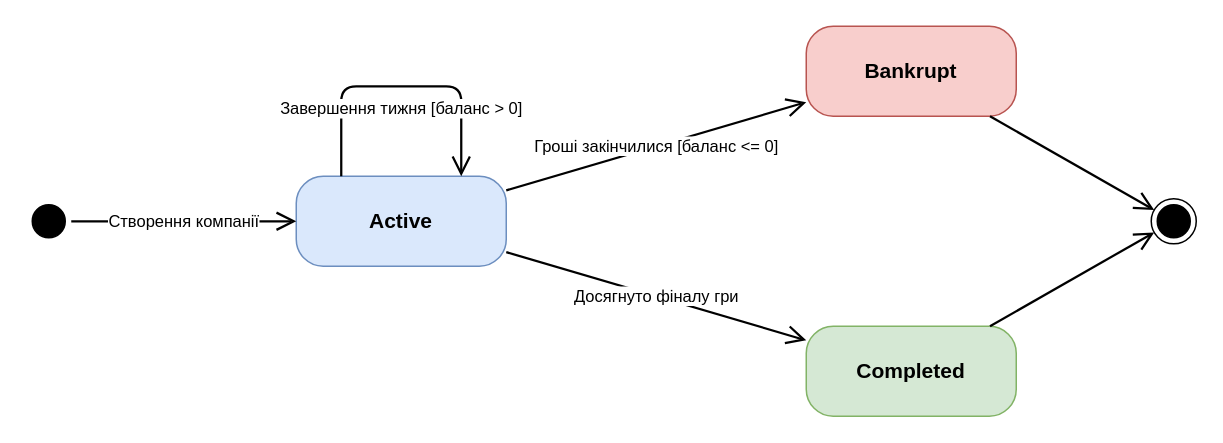
Earlier version of the draw.io diagram page "State Machine" (3 of 3) of docs/model/startup-sim.drawio.xml (yehor-kostiuk/sim). Source tidied: cells renumbered, new cells numbered last; positions are measured from the earlier drawing's top-left corner, leaving out a move shared by most shapes. Both pictures are drawn from the tidied source at 150%, with x=0, y=0 at pixel (26, 26).
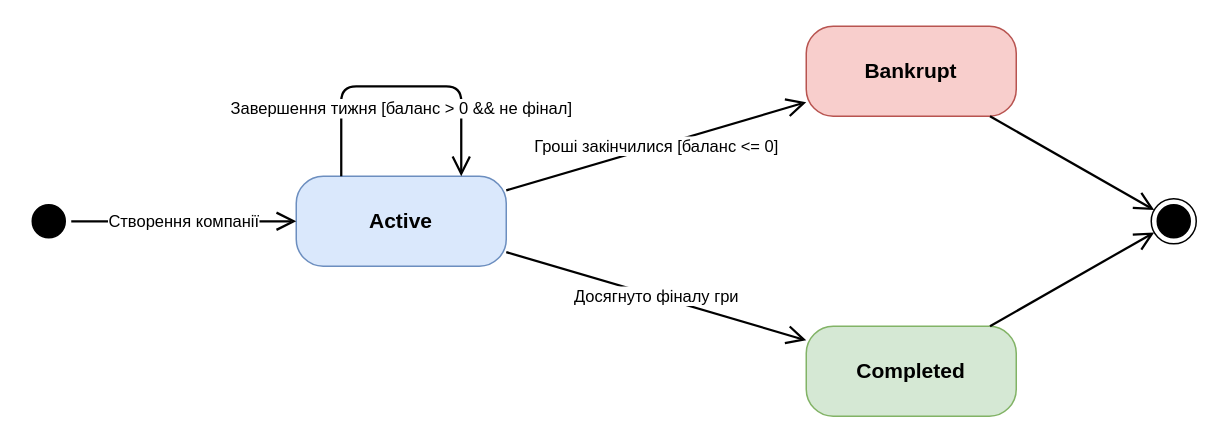
After the change.

Change to the diagram source:
```diff
@@
 <mxGraphModel>
   <root>
     <mxCell id="0" />
     <mxCell id="1" parent="0" />
     <mxCell id="2" style="ellipse;html=1;shape=startState;fillColor=#000000;strokeColor=#000000;" parent="1" vertex="1">
       <mxGeometry y="115" width="30" height="30" as="geometry" />
     </mxCell>
     <mxCell id="3" value="Active" style="rounded=1;whiteSpace=wrap;html=1;arcSize=30;fillColor=#dae8fc;strokeColor=#6c8ebf;fontStyle=1;fontSize=14;" parent="1" vertex="1">
       <mxGeometry x="180" y="100" width="140" height="60" as="geometry" />
     </mxCell>
     <mxCell id="4" value="Bankrupt" style="rounded=1;whiteSpace=wrap;html=1;arcSize=30;fillColor=#f8cecc;strokeColor=#b85450;fontStyle=1;fontSize=14;" parent="1" vertex="1">
       <mxGeometry x="520" width="140" height="60" as="geometry" />
     </mxCell>
     <mxCell id="5" value="Completed" style="rounded=1;whiteSpace=wrap;html=1;arcSize=30;fillColor=#d5e8d4;strokeColor=#82b366;fontStyle=1;fontSize=14;" parent="1" vertex="1">
       <mxGeometry x="520" y="200" width="140" height="60" as="geometry" />
     </mxCell>
     <mxCell id="6" style="ellipse;html=1;shape=endState;fillColor=#000000;strokeColor=#000000;" parent="1" vertex="1">
       <mxGeometry x="750" y="115" width="30" height="30" as="geometry" />
     </mxCell>
     <mxCell id="7" value="Створення компанії" style="endArrow=open;endFill=0;endSize=10;html=1;strokeWidth=1.5;" parent="1" edge="1" source="2" target="3">
       <mxGeometry relative="1" as="geometry" />
     </mxCell>
-    <mxCell id="8" value="Завершення тижня [баланс &gt; 0]" style="endArrow=open;endFill=0;endSize=10;html=1;strokeWidth=1.5;edgeStyle=orthogonalEdgeStyle;rounded=1;" parent="1" edge="1" source="3" target="3">
+    <mxCell id="8" value="Завершення тижня [баланс &gt; 0 &amp;&amp; не фінал]" style="endArrow=open;endFill=0;endSize=10;html=1;strokeWidth=1.5;edgeStyle=orthogonalEdgeStyle;rounded=1;" parent="1" edge="1" source="3" target="3">
       <mxGeometry y="-15" relative="1" as="geometry">
         <Array as="points">
           <mxPoint x="210" y="40" />
           <mxPoint x="290" y="40" />
         </Array>
       </mxGeometry>
     </mxCell>
     <mxCell id="9" value="Гроші закінчилися [баланс &lt;= 0]" style="endArrow=open;endFill=0;endSize=10;html=1;strokeWidth=1.5;" parent="1" edge="1" source="3" target="4">
       <mxGeometry relative="1" as="geometry" />
     </mxCell>
     <mxCell id="10" value="Досягнуто фіналу гри" style="endArrow=open;endFill=0;endSize=10;html=1;strokeWidth=1.5;" parent="1" edge="1" source="3" target="5">
       <mxGeometry relative="1" as="geometry" />
     </mxCell>
     <mxCell id="11" style="endArrow=open;endFill=0;endSize=10;html=1;strokeWidth=1.5;" parent="1" edge="1" source="4" target="6">
       <mxGeometry relative="1" as="geometry" />
     </mxCell>
     <mxCell id="12" style="endArrow=open;endFill=0;endSize=10;html=1;strokeWidth=1.5;" parent="1" edge="1" source="5" target="6">
       <mxGeometry relative="1" as="geometry" />
     </mxCell>
   </root>
 </mxGraphModel>
```
